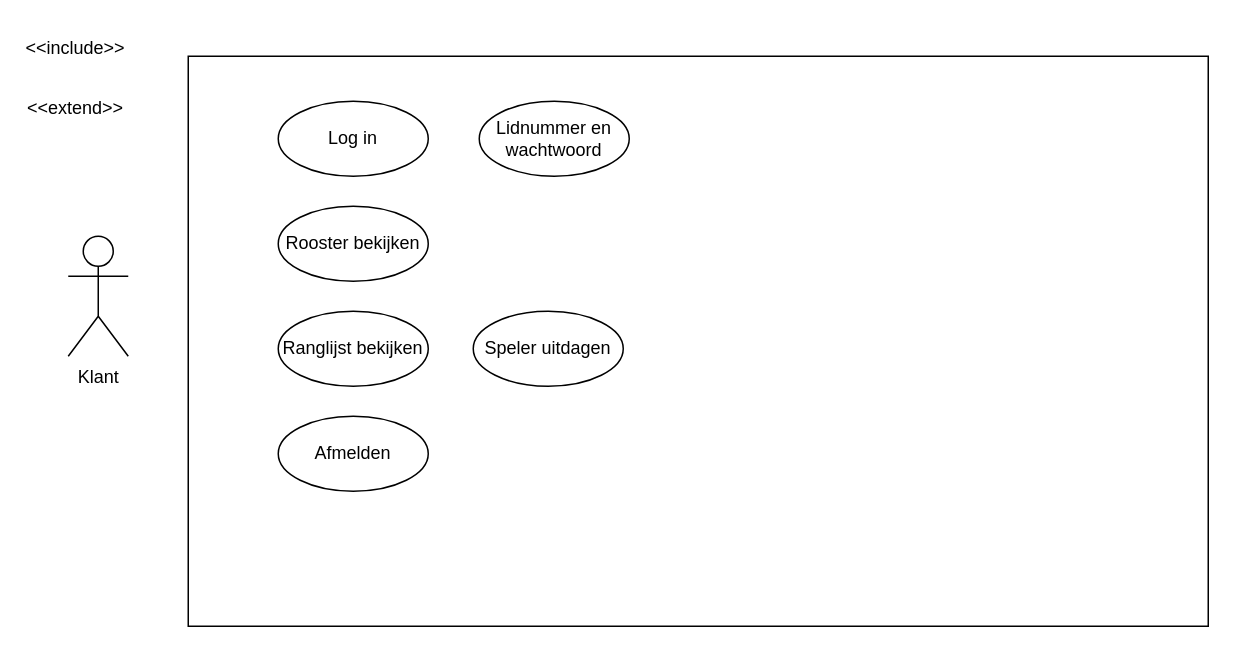
Above: ProcesAnalyseTopSpin.drawio in EMB20/Procesanalyse (draw.io), before the change. Source tidied: cells renumbered, new cells numbered last; positions are measured from the earlier drawing's top-left corner, leaving out a move shared by most shapes. Both pictures are drawn from the tidied source at 150%, with x=0, y=0 at pixel (38, 26).
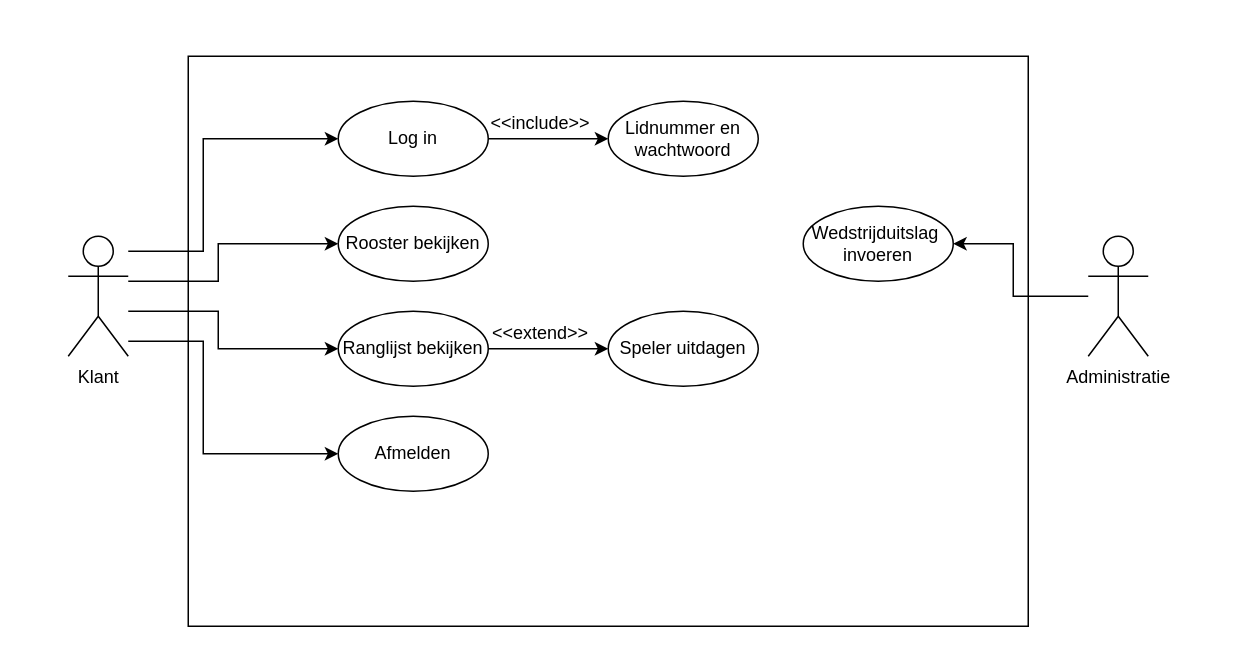
After the change.

The change refers to these unchanged cells:
```xml
<mxCell id="3" value="Klant" style="shape=umlActor;verticalLabelPosition=bottom;verticalAlign=top;html=1;outlineConnect=0;" parent="1" vertex="1">
  <mxGeometry x="20" y="140" width="40" height="80" as="geometry" />
</mxCell>
```

The edit, as a diff of the source:
```diff
@@
     <mxCell id="2" value="&lt;div&gt;&lt;br&gt;&lt;/div&gt;&lt;div&gt;&lt;br&gt;&lt;/div&gt;&lt;div&gt;&lt;br&gt;&lt;/div&gt;" style="rounded=0;whiteSpace=wrap;html=1;" parent="1" vertex="1">
-      <mxGeometry x="100" y="20" width="680" height="380" as="geometry" />
+      <mxGeometry x="100" y="20" width="560" height="380" as="geometry" />
     </mxCell>
+    <mxCell id="12" style="edgeStyle=orthogonalEdgeStyle;rounded=0;jettySize=auto;html=1;entryX=0;entryY=0.5;entryDx=0;entryDy=0;" parent="1" edge="1" source="3" target="6">
+      <mxGeometry relative="1" as="geometry">
+        <Array as="points">
+          <mxPoint x="110" y="150" />
+          <mxPoint x="110" y="75" />
+        </Array>
+      </mxGeometry>
+    </mxCell>
+    <mxCell id="13" style="edgeStyle=orthogonalEdgeStyle;rounded=0;jettySize=auto;html=1;entryX=0;entryY=0.5;entryDx=0;entryDy=0;" parent="1" edge="1" source="3" target="8">
+      <mxGeometry relative="1" as="geometry">
+        <Array as="points">
+          <mxPoint x="110" y="210" />
+          <mxPoint x="110" y="285" />
+        </Array>
+      </mxGeometry>
+    </mxCell>
+    <mxCell id="14" style="edgeStyle=orthogonalEdgeStyle;rounded=0;jettySize=auto;html=1;" parent="1" edge="1" source="3" target="9">
+      <mxGeometry relative="1" as="geometry">
+        <Array as="points">
+          <mxPoint x="120" y="190" />
+          <mxPoint x="120" y="215" />
+        </Array>
+      </mxGeometry>
+    </mxCell>
+    <mxCell id="15" style="edgeStyle=orthogonalEdgeStyle;rounded=0;jettySize=auto;html=1;entryX=0;entryY=0.5;entryDx=0;entryDy=0;" parent="1" edge="1" source="3" target="7">
+      <mxGeometry relative="1" as="geometry">
+        <Array as="points">
+          <mxPoint x="120" y="170" />
+          <mxPoint x="120" y="145" />
+        </Array>
+      </mxGeometry>
+    </mxCell>
@@
-    <mxCell id="4" value="&amp;lt;&amp;lt;extend&amp;gt;&amp;gt;" style="text;html=1;align=center;verticalAlign=middle;whiteSpace=wrap;rounded=0;" parent="1" vertex="1">
-      <mxGeometry y="40" width="50" height="30" as="geometry" />
-    </mxCell>
-    <mxCell id="5" value="&amp;lt;&amp;lt;include&amp;gt;&amp;gt;" style="text;html=1;align=center;verticalAlign=middle;whiteSpace=wrap;rounded=0;" parent="1" vertex="1">
-      <mxGeometry width="50" height="30" as="geometry" />
-    </mxCell>
+    <mxCell id="16" style="edgeStyle=orthogonalEdgeStyle;rounded=0;jettySize=auto;html=1;entryX=0;entryY=0.5;entryDx=0;entryDy=0;" parent="1" edge="1" source="6" target="11">
+      <mxGeometry relative="1" as="geometry" />
+    </mxCell>
     <mxCell id="6" value="Log in" style="ellipse;whiteSpace=wrap;html=1;" parent="1" vertex="1">
-      <mxGeometry x="160" y="50" width="100" height="50" as="geometry" />
+      <mxGeometry x="200" y="50" width="100" height="50" as="geometry" />
     </mxCell>
     <mxCell id="7" value="Rooster bekijken" style="ellipse;whiteSpace=wrap;html=1;" parent="1" vertex="1">
-      <mxGeometry x="160" y="120" width="100" height="50" as="geometry" />
+      <mxGeometry x="200" y="120" width="100" height="50" as="geometry" />
     </mxCell>
     <mxCell id="8" value="Afmelden" style="ellipse;whiteSpace=wrap;html=1;" parent="1" vertex="1">
-      <mxGeometry x="160" y="260" width="100" height="50" as="geometry" />
+      <mxGeometry x="200" y="260" width="100" height="50" as="geometry" />
     </mxCell>
+    <mxCell id="17" style="edgeStyle=orthogonalEdgeStyle;rounded=0;jettySize=auto;html=1;entryX=0;entryY=0.5;entryDx=0;entryDy=0;" parent="1" edge="1" source="9" target="10">
+      <mxGeometry relative="1" as="geometry" />
+    </mxCell>
     <mxCell id="9" value="Ranglijst bekijken" style="ellipse;whiteSpace=wrap;html=1;" parent="1" vertex="1">
-      <mxGeometry x="160" y="190" width="100" height="50" as="geometry" />
+      <mxGeometry x="200" y="190" width="100" height="50" as="geometry" />
     </mxCell>
     <mxCell id="10" value="Speler uitdagen" style="ellipse;whiteSpace=wrap;html=1;" parent="1" vertex="1">
-      <mxGeometry x="290" y="190" width="100" height="50" as="geometry" />
+      <mxGeometry x="380" y="190" width="100" height="50" as="geometry" />
     </mxCell>
     <mxCell id="11" value="Lidnummer en wachtwoord" style="ellipse;whiteSpace=wrap;html=1;" parent="1" vertex="1">
-      <mxGeometry x="294" y="50" width="100" height="50" as="geometry" />
+      <mxGeometry x="380" y="50" width="100" height="50" as="geometry" />
     </mxCell>
+    <mxCell id="5" value="&amp;lt;&amp;lt;include&amp;gt;&amp;gt;" style="text;html=1;align=center;verticalAlign=middle;whiteSpace=wrap;rounded=0;" parent="1" vertex="1">
+      <mxGeometry x="310" y="50" width="50" height="30" as="geometry" />
+    </mxCell>
+    <mxCell id="4" value="&amp;lt;&amp;lt;extend&amp;gt;&amp;gt;" style="text;html=1;align=center;verticalAlign=middle;whiteSpace=wrap;rounded=0;" parent="1" vertex="1">
+      <mxGeometry x="310" y="190" width="50" height="30" as="geometry" />
+    </mxCell>
+    <mxCell id="18" value="Wedstrijduitslag&amp;nbsp;&lt;div&gt;&lt;span style=&quot;background-color: initial;&quot;&gt;invoeren&lt;/span&gt;&lt;/div&gt;" style="ellipse;whiteSpace=wrap;html=1;" parent="1" vertex="1">
+      <mxGeometry x="510" y="120" width="100" height="50" as="geometry" />
+    </mxCell>
+    <mxCell id="19" style="edgeStyle=orthogonalEdgeStyle;rounded=0;jettySize=auto;html=1;" parent="1" edge="1" source="20" target="18">
+      <mxGeometry relative="1" as="geometry">
+        <Array as="points">
+          <mxPoint x="650" y="180" />
+          <mxPoint x="650" y="145" />
+        </Array>
+      </mxGeometry>
+    </mxCell>
+    <mxCell id="20" value="Administratie" style="shape=umlActor;verticalLabelPosition=bottom;verticalAlign=top;html=1;outlineConnect=0;" parent="1" vertex="1">
+      <mxGeometry x="700" y="140" width="40" height="80" as="geometry" />
+    </mxCell>
```
